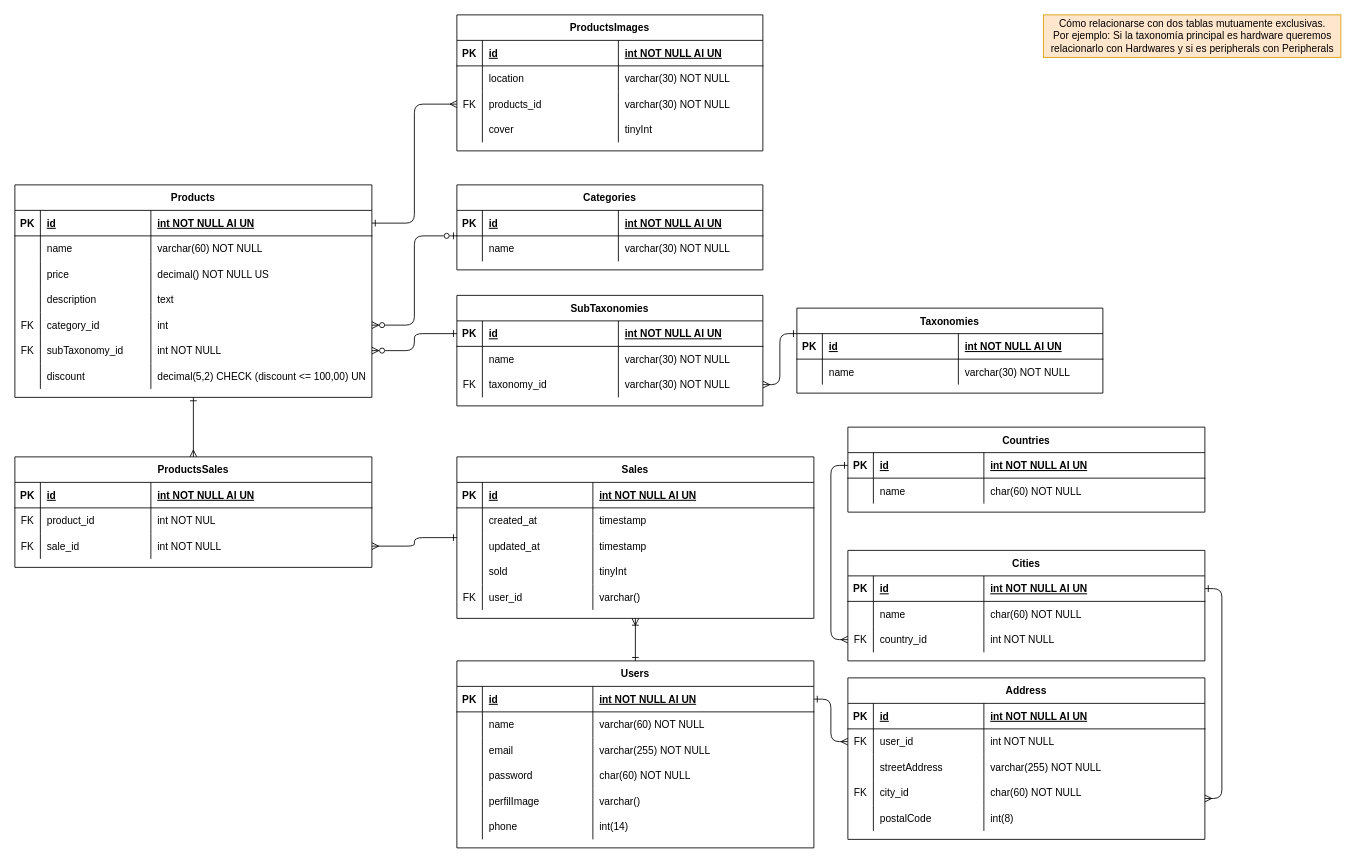
Before: diagramaDB/Grupo-10-db.drawio in 0921CDFSNCN22LAED/grupo-10, a draw.io diagram. Source tidied: cells renumbered, new cells numbered last; positions are measured from the earlier drawing's top-left corner, leaving out a move shared by most shapes. Both pictures are drawn from the tidied source at 85%, with x=0, y=0 at pixel (14, 14).
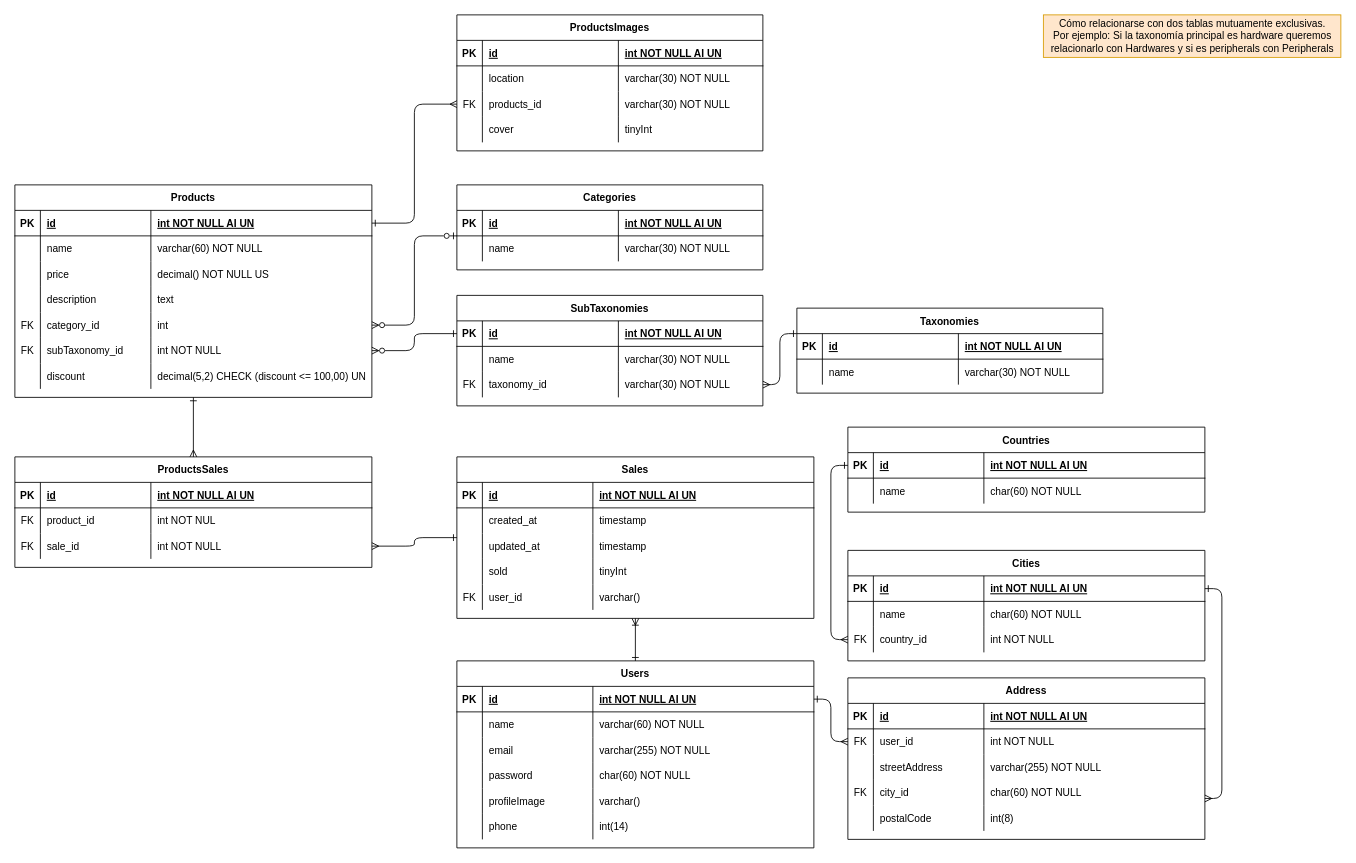
After the change.

Commit message:
Mini corrección al diagramaDB.

The change refers to these unchanged cells:
```xml
<mxCell id="85" style="shape=partialRectangle;fillColor=none;top=0;left=0;right=0;bottom=0;" parent="68" vertex="1">
  <mxGeometry y="150" width="420" height="30" as="geometry" />
</mxCell>
```

Diff of the diagram source:
```diff
@@
-    <mxCell id="87" value="perfilImage" style="shape=partialRectangle;overflow=hidden;fillColor=none;top=0;left=0;bottom=0;right=0;align=left;spacingLeft=6;" parent="85" vertex="1">
+    <mxCell id="87" value="profileImage" style="shape=partialRectangle;overflow=hidden;fillColor=none;top=0;left=0;bottom=0;right=0;align=left;spacingLeft=6;" parent="85" vertex="1">
       <mxGeometry x="30" width="130" height="30" as="geometry" />
     </mxCell>
```
